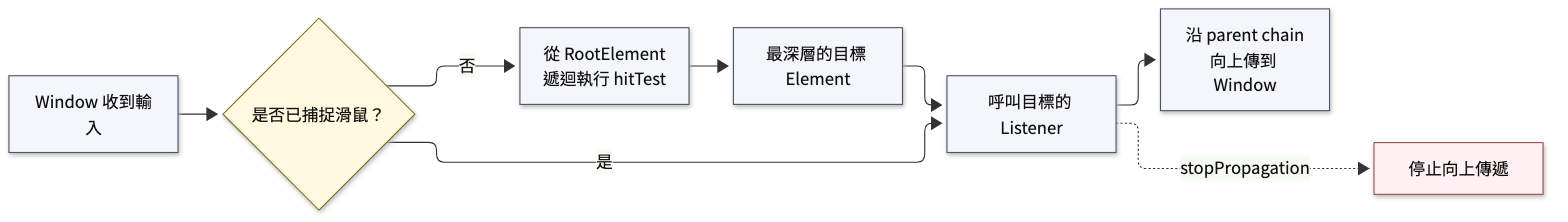
YuanOwO/CG-hw1-paint keeps this Mermaid diagram as docs/figures/ch03_event-propagation.png. Above is the earlier version. Its source is kept beside it as docs/figures-src/ch03_event-propagation.mmd. Its diagram source:
```mermaid
flowchart LR
    input[Window 收到輸入] --> capture{是否已捕捉滑鼠？}
    capture -- 否 --> hit[從 RootElement<br/>遞迴執行 hitTest]
    hit --> target[最深層的目標 Element]
    capture -- 是 --> listener[呼叫目標的 Listener]
    target --> listener
    listener --> bubble[沿 parent chain<br/>向上傳到 Window]
    listener -. stopPropagation .-> stop[停止向上傳遞]

    classDef step fill:#f4f6fb,stroke:#49566b,color:#111,stroke-width:1px;
    classDef decision fill:#fff9df,stroke:#806f27,color:#111,stroke-width:1px;
    classDef stop fill:#fff1f1,stroke:#995050,color:#111,stroke-width:1px;
    class input,hit,target,listener,bubble step;
    class capture decision;
    class stop stop;
```
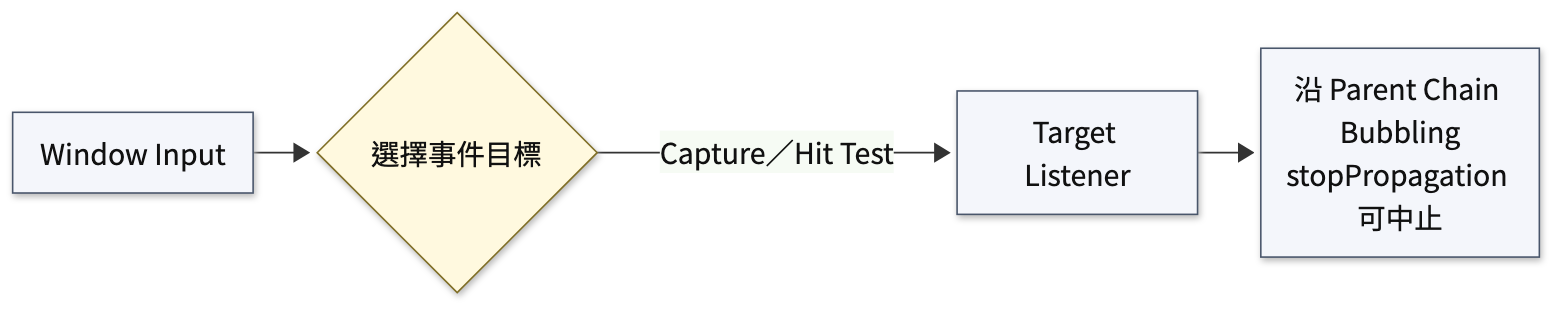
Later version of the same file.

The edit, as a diff of the source:
```diff
@@ -1,15 +1,9 @@
 flowchart LR
-    input[Window 收到輸入] --> capture{是否已捕捉滑鼠？}
-    capture -- 否 --> hit[從 RootElement<br/>遞迴執行 hitTest]
-    hit --> target[最深層的目標 Element]
-    capture -- 是 --> listener[呼叫目標的 Listener]
-    target --> listener
-    listener --> bubble[沿 parent chain<br/>向上傳到 Window]
-    listener -. stopPropagation .-> stop[停止向上傳遞]
+    input[Window Input] --> select{選擇事件目標}
+    select -- Capture／Hit Test --> listener[Target Listener]
+    listener --> bubble[沿 Parent Chain Bubbling<br/>stopPropagation 可中止]
 
     classDef step fill:#f4f6fb,stroke:#49566b,color:#111,stroke-width:1px;
     classDef decision fill:#fff9df,stroke:#806f27,color:#111,stroke-width:1px;
-    classDef stop fill:#fff1f1,stroke:#995050,color:#111,stroke-width:1px;
-    class input,hit,target,listener,bubble step;
-    class capture decision;
-    class stop stop;
+    class input,listener,bubble step;
+    class select decision;
```
